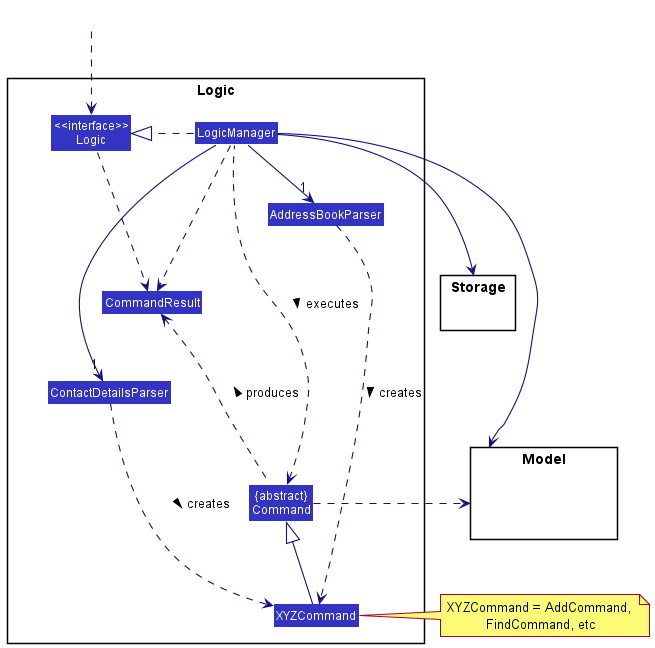
This is docs/images/LogicClassDiagram.png from tonishka/tp, a PlantUML export, as it was before one commit.
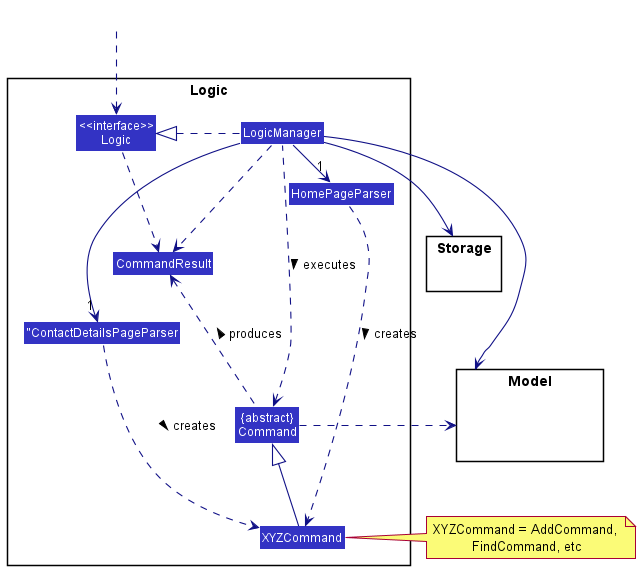
The same file after the commit.

What changed in the source:
```diff
@@ -6,8 +6,8 @@
 
 package Logic {
 
-Class AddressBookParser
-Class ContactDetailsParser
+Class "HomePageParser" as AddressBookParser
+Class ""ContactDetailsPageParser" as ContactDetailsParser
 Class XYZCommand
 Class CommandResult
 Class "{abstract}\nCommand" as Command
```
